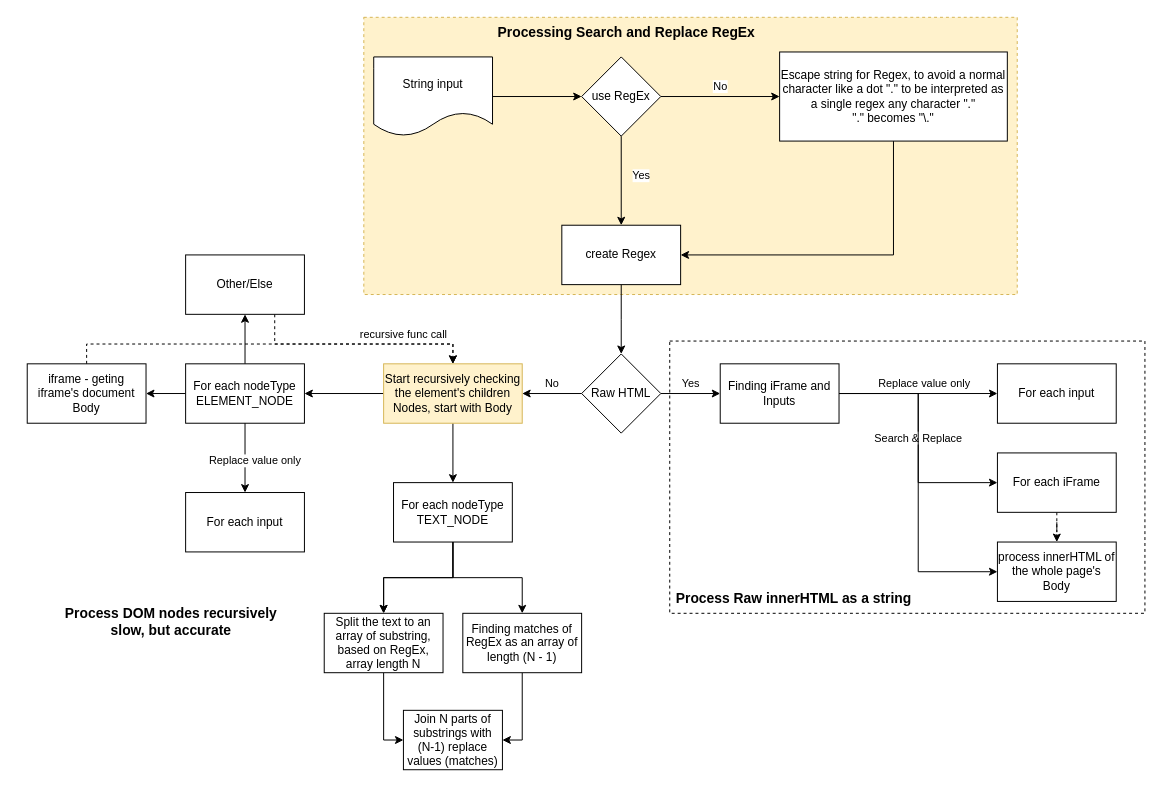
Before: diagrams/x-word-replacer.drawio in lhviet/x-word-replacer, a draw.io diagram. Source tidied: cells renumbered, new cells numbered last; positions are measured from the earlier drawing's top-left corner, leaving out a move shared by most shapes. Both pictures are drawn from the tidied source at 99%, with x=0, y=0 at pixel (27, 17).
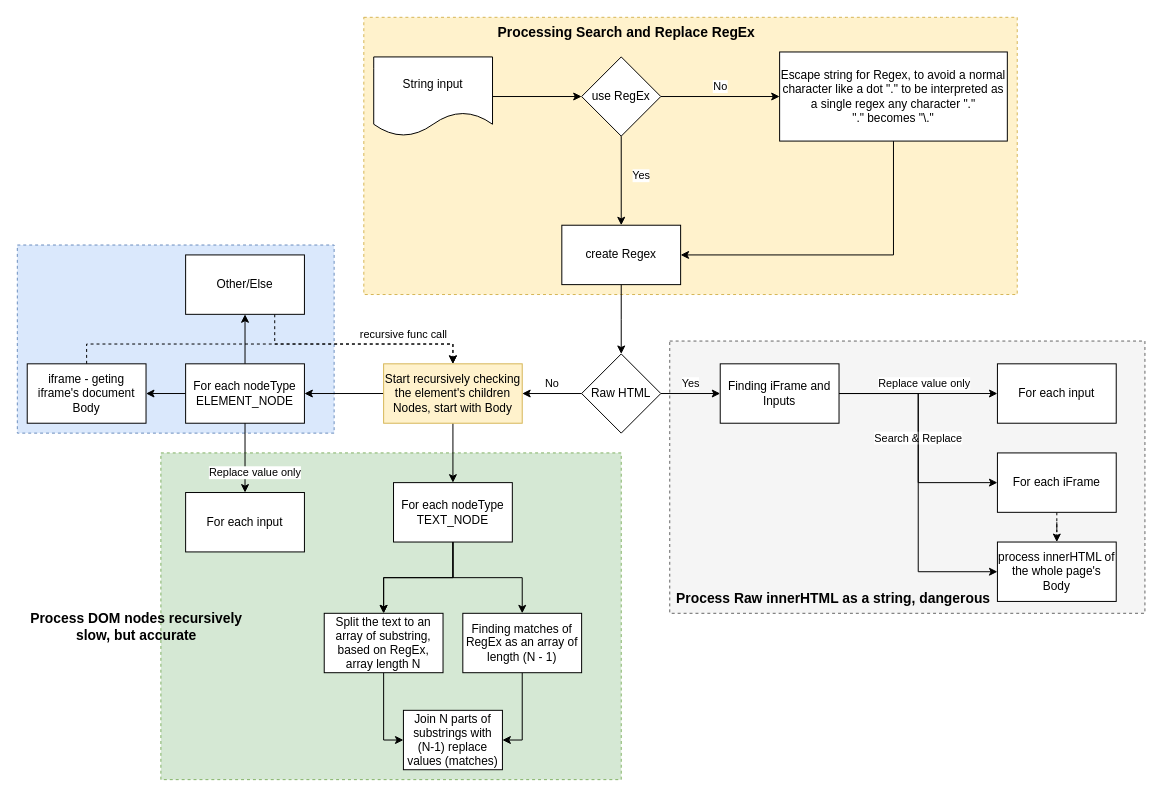
The same page after the edit.

The change refers to these unchanged cells:
```xml
<mxCell id="33" value="For each nodeType ELEMENT_NODE" style="whiteSpace=wrap;html=1;" parent="1" vertex="1">
  <mxGeometry x="160" y="350" width="120" height="60" as="geometry" />
</mxCell>
<mxCell id="41" value="For each input" style="whiteSpace=wrap;html=1;" parent="1" vertex="1">
  <mxGeometry x="160" y="480" width="120" height="60" as="geometry" />
</mxCell>
```

Change to the diagram source:
```diff
@@
+    <mxCell id="48" style="rounded=0;whiteSpace=wrap;html=1;dashed=1;fillColor=#d5e8d4;strokeColor=#82b366;" parent="1" vertex="1">
+      <mxGeometry x="135" y="440" width="465" height="330" as="geometry" />
+    </mxCell>
+    <mxCell id="49" style="rounded=0;whiteSpace=wrap;html=1;dashed=1;fillColor=#dae8fc;strokeColor=#6c8ebf;" parent="1" vertex="1">
+      <mxGeometry x="-10" y="230" width="320" height="190" as="geometry" />
+    </mxCell>
-    <mxCell id="2" style="rounded=0;whiteSpace=wrap;html=1;dashed=1;" parent="1" vertex="1">
+    <mxCell id="2" style="rounded=0;whiteSpace=wrap;html=1;dashed=1;fillColor=#f5f5f5;fontColor=#333333;strokeColor=#666666;" parent="1" vertex="1">
       <mxGeometry x="649" y="327" width="480" height="275" as="geometry" />
     </mxCell>
@@
     <mxCell id="42" value="Replace value only" style="edgeStyle=orthogonalEdgeStyle;rounded=0;jettySize=auto;html=1;exitX=0.5;exitY=1;exitDx=0;exitDy=0;entryX=0.5;entryY=0;entryDx=0;entryDy=0;" parent="1" edge="1" source="33" target="41">
-      <mxGeometry x="0.08" y="10" relative="1" as="geometry" />
+      <mxGeometry x="0.43" y="10" relative="1" as="geometry" />
     </mxCell>
@@
-    <mxCell id="46" value="Process Raw innerHTML as a string" style="text;html=1;align=center;verticalAlign=middle;strokeColor=none;fillColor=none;fontStyle=1;fontSize=14;" parent="1" vertex="1">
-      <mxGeometry x="649" y="572" width="250" height="30" as="geometry" />
+    <mxCell id="46" value="Process Raw innerHTML as a string, dangerous" style="text;html=1;align=center;verticalAlign=middle;strokeColor=none;fillColor=none;fontStyle=1;fontSize=14;" parent="1" vertex="1">
+      <mxGeometry x="654" y="572" width="320" height="30" as="geometry" />
     </mxCell>
     <mxCell id="47" value="Process DOM nodes recursively&lt;br style=&quot;font-size: 14px;&quot;&gt;slow, but accurate" style="text;html=1;align=center;verticalAlign=middle;strokeColor=none;fillColor=none;fontStyle=1;fontSize=14;" parent="1" vertex="1">
-      <mxGeometry x="35" y="585" width="220" height="50" as="geometry" />
+      <mxGeometry y="590" width="220" height="50" as="geometry" />
     </mxCell>
```
